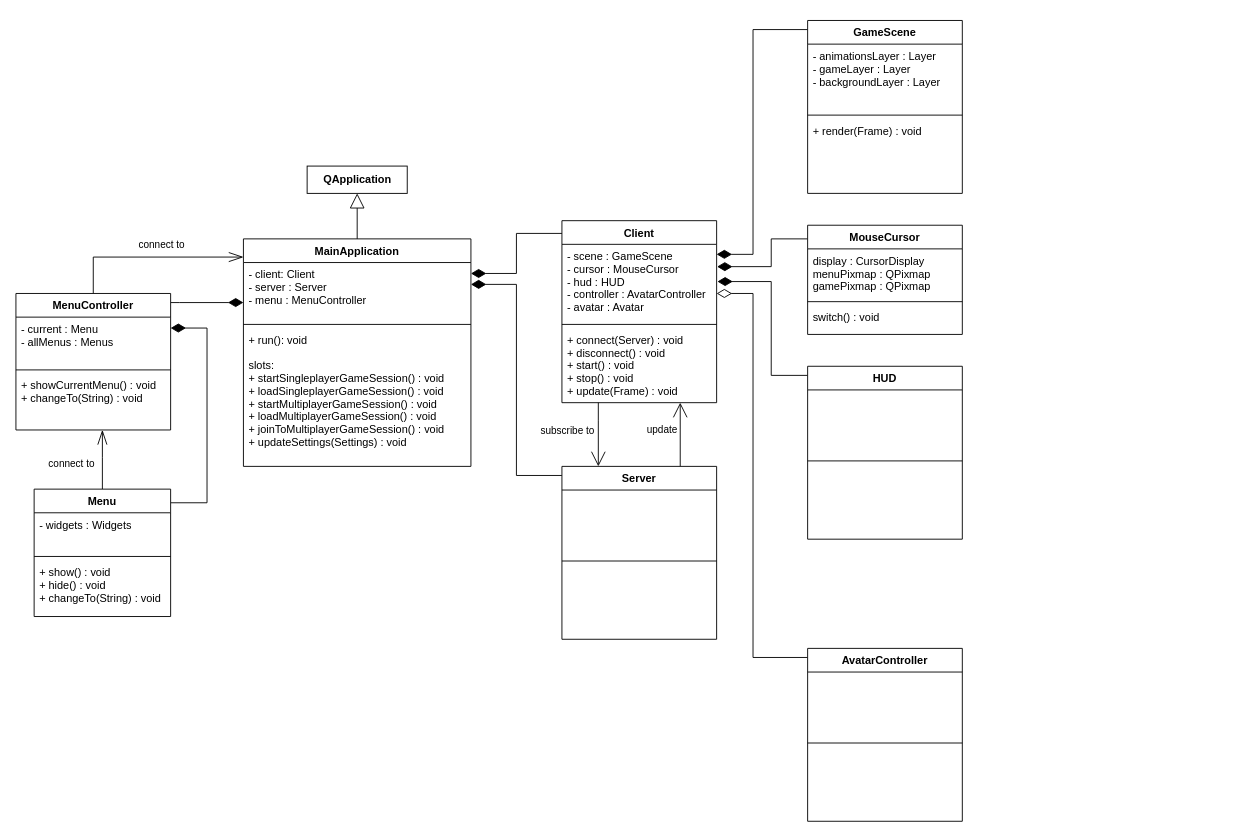
The draw.io diagram doc/class_diagram.drawio in TadekBiela/heisttown, before the edit. Source tidied: cells renumbered, new cells numbered last; positions are measured from the earlier drawing's top-left corner, leaving out a move shared by most shapes. Both pictures are drawn from the tidied source at 91%, with x=0, y=0 at pixel (15, 20).
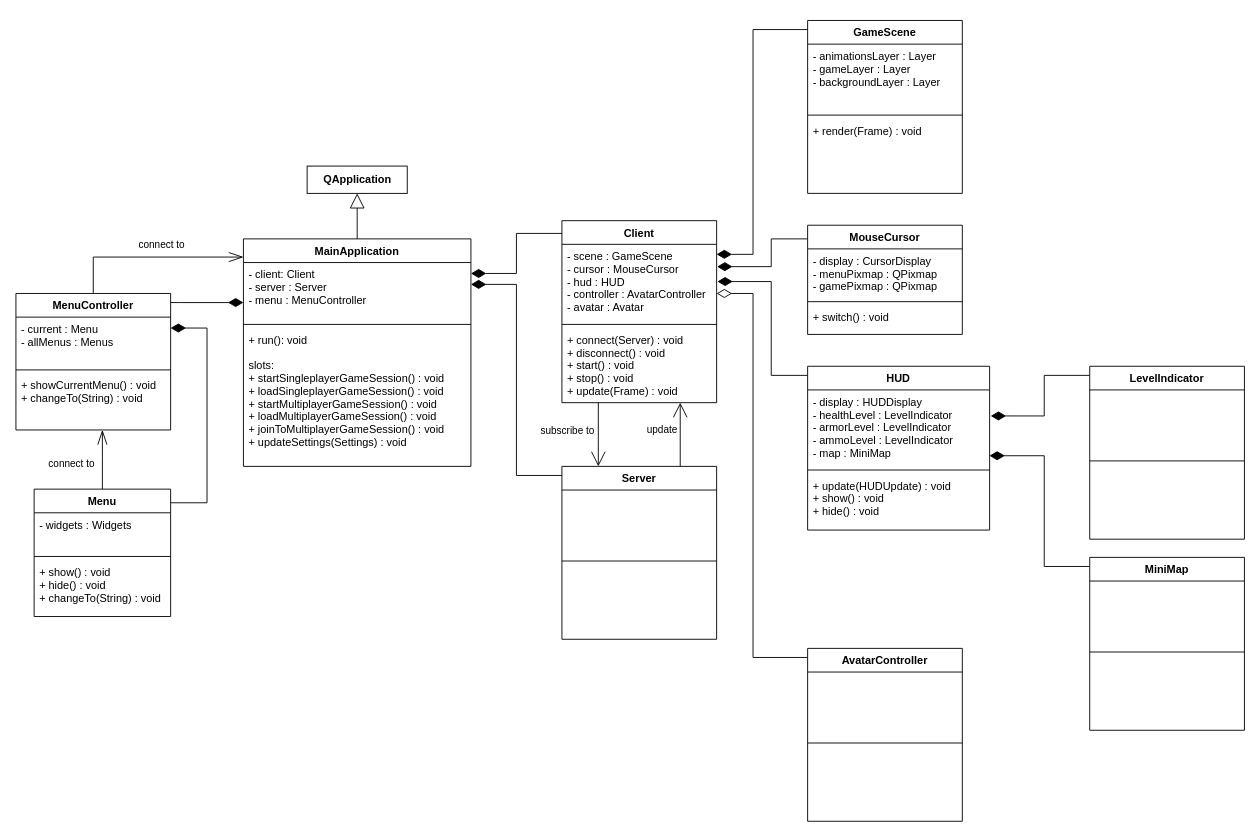
The same diagram, later.

Commit message:
Added HUD to class diagram

Unchanged cells that the change refers to:
```xml
<mxCell id="51" value="MouseCursor" style="swimlane;fontStyle=1;align=center;verticalAlign=top;horizontal=1;startSize=26;" parent="1" vertex="1">
  <mxGeometry x="870" y="225" width="170" height="120" as="geometry" />
</mxCell>
```

Change to the diagram source:
```diff
@@
     <mxCell id="41" value="HUD" style="swimlane;fontStyle=1;align=center;verticalAlign=top;horizontal=1;startSize=26;" parent="1" vertex="1">
-      <mxGeometry x="870" y="380" width="170" height="190" as="geometry" />
+      <mxGeometry x="870" y="380" width="200" height="180" as="geometry" />
     </mxCell>
-    <mxCell id="42" value="&#10;&#10;&#10;&#10;" style="text;strokeColor=none;fillColor=none;align=left;verticalAlign=top;spacingLeft=4;spacingRight=4;overflow=hidden;points=[[0,0.5],[1,0.5]];portConstraint=eastwest;" parent="41" vertex="1">
-      <mxGeometry y="26" width="170" height="74" as="geometry" />
+    <mxCell id="42" value="- display : HUDDisplay&#10;- healthLevel : LevelIndicator&#10;- armorLevel : LevelIndicator&#10;- ammoLevel : LevelIndicator&#10;- map : MiniMap " style="text;strokeColor=none;fillColor=none;align=left;verticalAlign=top;spacingLeft=4;spacingRight=4;overflow=hidden;points=[[0,0.5],[1,0.5]];portConstraint=eastwest;" parent="41" vertex="1">
+      <mxGeometry y="26" width="200" height="84" as="geometry" />
     </mxCell>
     <mxCell id="43" style="line;strokeWidth=1;fillColor=none;align=left;verticalAlign=middle;spacingTop=-1;spacingLeft=3;spacingRight=3;labelPosition=right;" parent="41" vertex="1">
-      <mxGeometry y="100" width="170" height="8" as="geometry" />
+      <mxGeometry y="110" width="200" height="8" as="geometry" />
     </mxCell>
-    <mxCell id="44" value="&#10;&#10;&#10;" style="text;strokeColor=none;fillColor=none;align=left;verticalAlign=top;spacingLeft=4;spacingRight=4;overflow=hidden;" parent="41" vertex="1">
-      <mxGeometry y="108" width="170" height="82" as="geometry" />
+    <mxCell id="44" value="+ update(HUDUpdate) : void&#10;+ show() : void&#10;+ hide() : void" style="text;strokeColor=none;fillColor=none;align=left;verticalAlign=top;spacingLeft=4;spacingRight=4;overflow=hidden;" parent="41" vertex="1">
+      <mxGeometry y="118" width="200" height="62" as="geometry" />
     </mxCell>
@@
-    <mxCell id="52" value="display : CursorDisplay&#10;menuPixmap : QPixmap&#10;gamePixmap : QPixmap" style="text;strokeColor=none;fillColor=none;align=left;verticalAlign=top;spacingLeft=4;spacingRight=4;overflow=hidden;" parent="51" vertex="1">
+    <mxCell id="52" value="- display : CursorDisplay&#10;- menuPixmap : QPixmap&#10;- gamePixmap : QPixmap" style="text;strokeColor=none;fillColor=none;align=left;verticalAlign=top;spacingLeft=4;spacingRight=4;overflow=hidden;" parent="51" vertex="1">
       <mxGeometry y="26" width="170" height="54" as="geometry" />
     </mxCell>
@@
-    <mxCell id="54" value="switch() : void" style="text;strokeColor=none;fillColor=none;align=left;verticalAlign=top;spacingLeft=4;spacingRight=4;overflow=hidden;" parent="51" vertex="1">
+    <mxCell id="54" value="+ switch() : void" style="text;strokeColor=none;fillColor=none;align=left;verticalAlign=top;spacingLeft=4;spacingRight=4;overflow=hidden;" parent="51" vertex="1">
       <mxGeometry y="88" width="170" height="32" as="geometry" />
     </mxCell>
+    <mxCell id="55" style="edgeStyle=orthogonalEdgeStyle;rounded=0;jettySize=auto;html=1;entryX=1.006;entryY=0.34;entryDx=0;entryDy=0;entryPerimeter=0;endArrow=diamondThin;endFill=1;endSize=14;" parent="1" edge="1" source="56" target="42">
+      <mxGeometry relative="1" as="geometry">
+        <Array as="points">
+          <mxPoint x="1130" y="390" />
+          <mxPoint x="1130" y="435" />
+        </Array>
+      </mxGeometry>
+    </mxCell>
+    <mxCell id="56" value="LevelIndicator" style="swimlane;fontStyle=1;align=center;verticalAlign=top;horizontal=1;startSize=26;" parent="1" vertex="1">
+      <mxGeometry x="1180" y="380" width="170" height="190" as="geometry" />
+    </mxCell>
+    <mxCell id="57" value="&#10;&#10;&#10;&#10;" style="text;strokeColor=none;fillColor=none;align=left;verticalAlign=top;spacingLeft=4;spacingRight=4;overflow=hidden;" parent="56" vertex="1">
+      <mxGeometry y="26" width="170" height="74" as="geometry" />
+    </mxCell>
+    <mxCell id="58" style="line;strokeWidth=1;fillColor=none;align=left;verticalAlign=middle;spacingTop=-1;spacingLeft=3;spacingRight=3;labelPosition=right;" parent="56" vertex="1">
+      <mxGeometry y="100" width="170" height="8" as="geometry" />
+    </mxCell>
+    <mxCell id="59" value="&#10;&#10;&#10;" style="text;strokeColor=none;fillColor=none;align=left;verticalAlign=top;spacingLeft=4;spacingRight=4;overflow=hidden;" parent="56" vertex="1">
+      <mxGeometry y="108" width="170" height="82" as="geometry" />
+    </mxCell>
+    <mxCell id="60" style="edgeStyle=orthogonalEdgeStyle;rounded=0;jettySize=auto;html=1;entryX=0.999;entryY=0.861;entryDx=0;entryDy=0;entryPerimeter=0;endArrow=diamondThin;endFill=1;endSize=14;" parent="1" edge="1" source="61" target="42">
+      <mxGeometry relative="1" as="geometry">
+        <Array as="points">
+          <mxPoint x="1130" y="600" />
+          <mxPoint x="1130" y="478" />
+        </Array>
+      </mxGeometry>
+    </mxCell>
+    <mxCell id="61" value="MiniMap" style="swimlane;fontStyle=1;align=center;verticalAlign=top;horizontal=1;startSize=26;" parent="1" vertex="1">
+      <mxGeometry x="1180" y="590" width="170" height="190" as="geometry" />
+    </mxCell>
+    <mxCell id="62" value="&#10;&#10;&#10;&#10;" style="text;strokeColor=none;fillColor=none;align=left;verticalAlign=top;spacingLeft=4;spacingRight=4;overflow=hidden;" parent="61" vertex="1">
+      <mxGeometry y="26" width="170" height="74" as="geometry" />
+    </mxCell>
+    <mxCell id="63" style="line;strokeWidth=1;fillColor=none;align=left;verticalAlign=middle;spacingTop=-1;spacingLeft=3;spacingRight=3;labelPosition=right;" parent="61" vertex="1">
+      <mxGeometry y="100" width="170" height="8" as="geometry" />
+    </mxCell>
+    <mxCell id="64" value="&#10;&#10;&#10;" style="text;strokeColor=none;fillColor=none;align=left;verticalAlign=top;spacingLeft=4;spacingRight=4;overflow=hidden;" parent="61" vertex="1">
+      <mxGeometry y="108" width="170" height="82" as="geometry" />
+    </mxCell>
```
